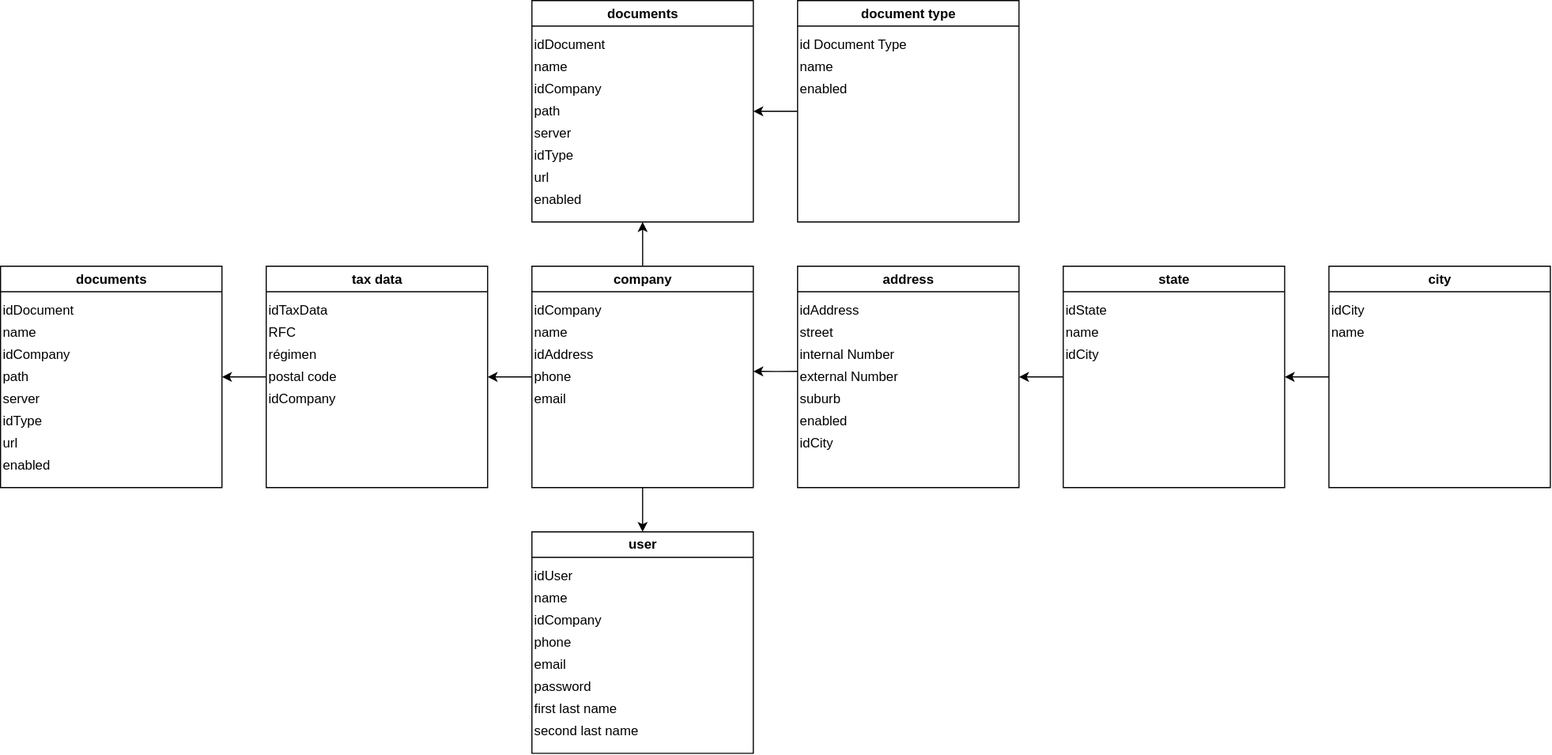
This is dawio/modelo.drawio.svg from carlosj-mc99/jc-investments, a draw.io export, as it was before one commit. Source tidied: cells renumbered, new cells last; positions are measured from the earlier drawing's top-left corner, leaving out a move shared by most shapes.
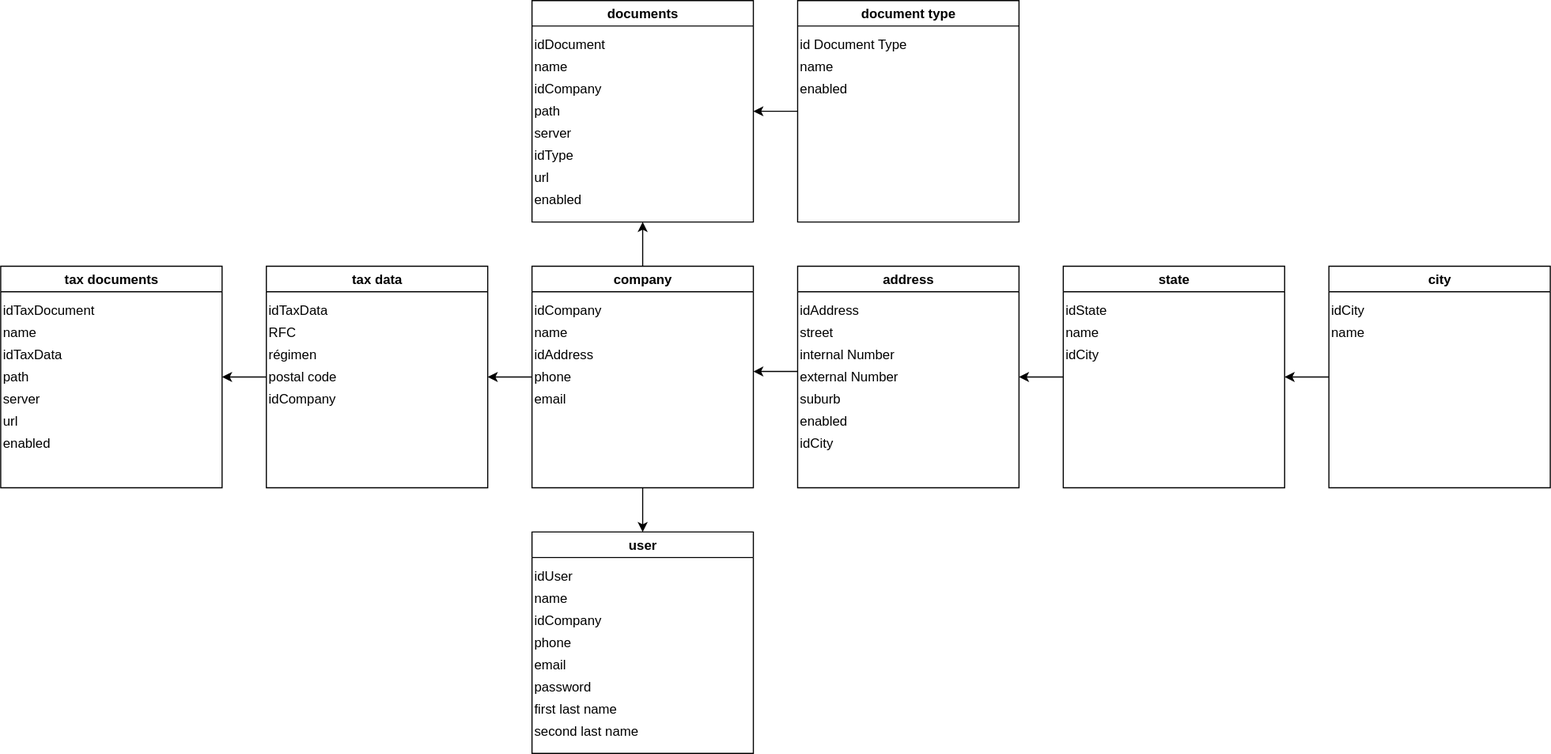
After the change.

Diff of the diagram source:
```diff
@@ -177,16 +177,16 @@
     <mxCell id="58" style="edgeStyle=orthogonalEdgeStyle;rounded=0;jettySize=auto;html=1;entryX=1;entryY=0.5;entryDx=0;entryDy=0;" parent="1" edge="1" source="8" target="56">
       <mxGeometry relative="1" as="geometry" />
     </mxCell>
-    <mxCell id="59" value="documents" style="swimlane;whiteSpace=wrap;html=1;" parent="1" vertex="1">
+    <mxCell id="59" value="tax documents" style="swimlane;whiteSpace=wrap;html=1;" parent="1" vertex="1">
       <mxGeometry y="240" width="200" height="200" as="geometry" />
     </mxCell>
-    <mxCell id="60" value="idDocument" style="text;html=1;align=left;verticalAlign=middle;whiteSpace=wrap;rounded=0;" parent="59" vertex="1">
+    <mxCell id="60" value="idTaxDocument" style="text;html=1;align=left;verticalAlign=middle;whiteSpace=wrap;rounded=0;" parent="59" vertex="1">
       <mxGeometry y="30" width="200" height="20" as="geometry" />
     </mxCell>
     <mxCell id="61" value="name" style="text;html=1;align=left;verticalAlign=middle;whiteSpace=wrap;rounded=0;" parent="59" vertex="1">
       <mxGeometry y="50" width="200" height="20" as="geometry" />
     </mxCell>
-    <mxCell id="62" value="idCompany" style="text;html=1;align=left;verticalAlign=middle;whiteSpace=wrap;rounded=0;" parent="59" vertex="1">
+    <mxCell id="62" value="idTaxData" style="text;html=1;align=left;verticalAlign=middle;whiteSpace=wrap;rounded=0;" parent="59" vertex="1">
       <mxGeometry y="70" width="200" height="20" as="geometry" />
     </mxCell>
     <mxCell id="63" value="path" style="text;html=1;align=left;verticalAlign=middle;whiteSpace=wrap;rounded=0;" parent="59" vertex="1">
@@ -195,14 +195,11 @@
     <mxCell id="64" value="server" style="text;html=1;align=left;verticalAlign=middle;whiteSpace=wrap;rounded=0;" parent="59" vertex="1">
       <mxGeometry y="110" width="200" height="20" as="geometry" />
     </mxCell>
-    <mxCell id="65" value="idType" style="text;html=1;align=left;verticalAlign=middle;whiteSpace=wrap;rounded=0;" parent="59" vertex="1">
-      <mxGeometry y="130" width="200" height="20" as="geometry" />
-    </mxCell>
     <mxCell id="66" value="url" style="text;html=1;align=left;verticalAlign=middle;whiteSpace=wrap;rounded=0;" parent="59" vertex="1">
-      <mxGeometry y="150" width="200" height="20" as="geometry" />
+      <mxGeometry y="130" width="200" height="20" as="geometry" />
     </mxCell>
     <mxCell id="67" value="enabled" style="text;html=1;align=left;verticalAlign=middle;whiteSpace=wrap;rounded=0;" parent="59" vertex="1">
-      <mxGeometry y="170" width="200" height="20" as="geometry" />
+      <mxGeometry y="150" width="200" height="20" as="geometry" />
     </mxCell>
   </root>
 </mxGraphModel>
```
